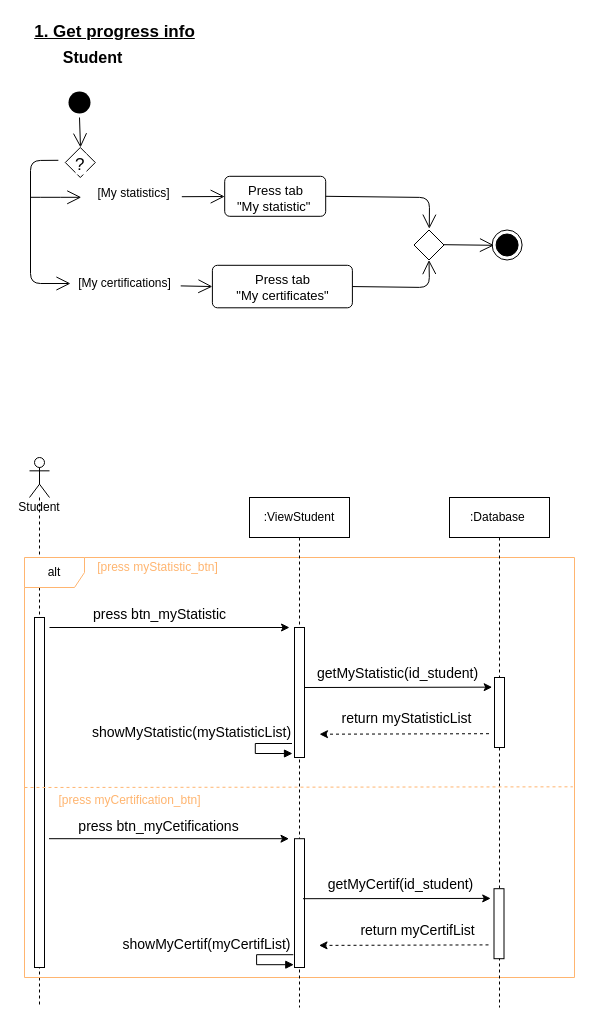
alsousha/projectFinish keeps this draw.io diagram as page "getProgressInfoStudent" (1 of 8) of activity_diagram.drawio. Above is the earlier version. Source tidied: cells renumbered, new cells numbered last; positions are measured from the earlier drawing's top-left corner, leaving out a move shared by most shapes. Both pictures are drawn from the tidied source at 100%, with x=0, y=0 at pixel (24, 17).
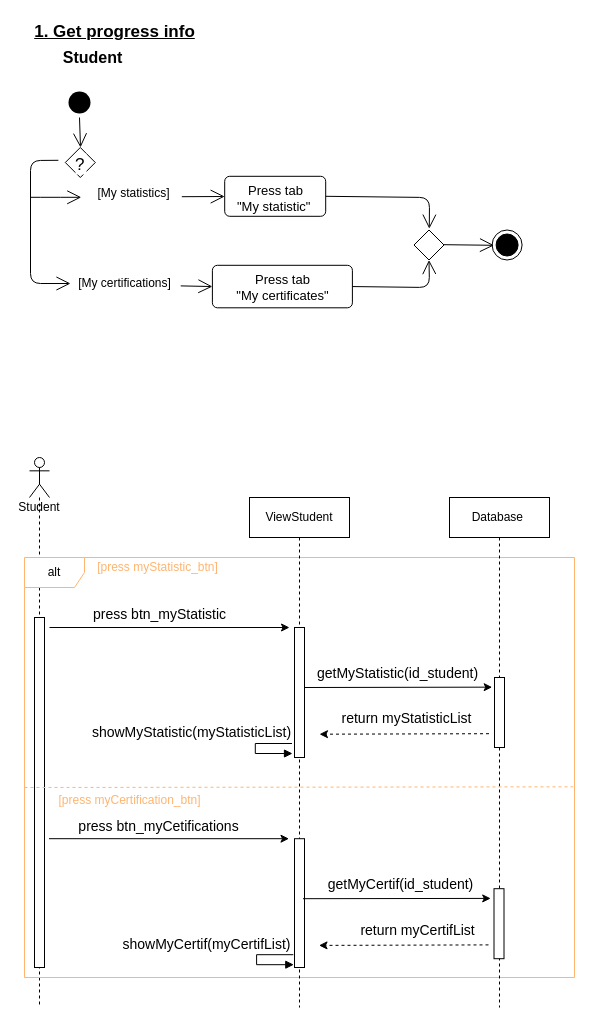
Above is the later version.

What changed in the source:
```diff
@@
-    <mxCell id="23" value=":ViewStudent" style="shape=umlLifeline;perimeter=lifelinePerimeter;whiteSpace=wrap;html=1;" parent="1" vertex="1">
+    <mxCell id="23" value="ViewStudent" style="shape=umlLifeline;perimeter=lifelinePerimeter;whiteSpace=wrap;html=1;" parent="1" vertex="1">
       <mxGeometry x="225" y="480" width="100" height="510" as="geometry" />
     </mxCell>
@@
-    <mxCell id="26" value=":Database&amp;nbsp;" style="shape=umlLifeline;perimeter=lifelinePerimeter;whiteSpace=wrap;html=1;" parent="1" vertex="1">
+    <mxCell id="26" value="Database&amp;nbsp;" style="shape=umlLifeline;perimeter=lifelinePerimeter;whiteSpace=wrap;html=1;" parent="1" vertex="1">
       <mxGeometry x="425" y="480" width="100" height="510" as="geometry" />
     </mxCell>
```
